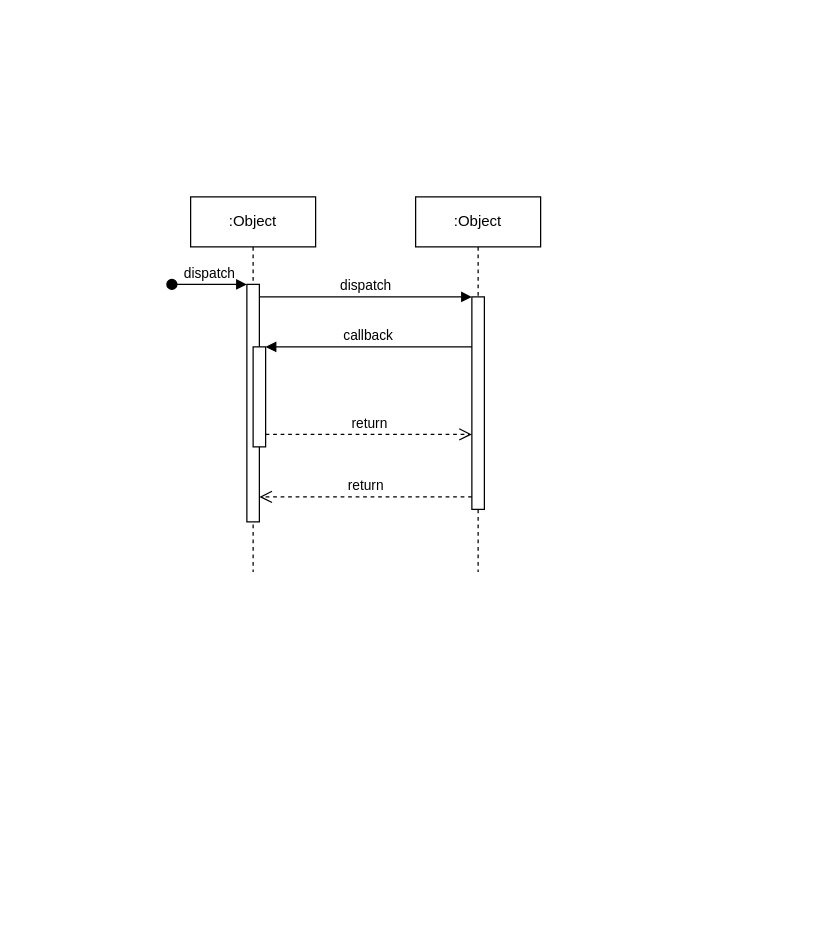
Earlier version of the draw.io diagram WMS_AMR_ECS.drawio (hjee02018/UML). Source tidied: cells renumbered, new cells numbered last; positions are measured from the earlier drawing's top-left corner, leaving out a move shared by most shapes. Both pictures are drawn from the tidied source at 125%, with x=0, y=0 at pixel (171, 196).
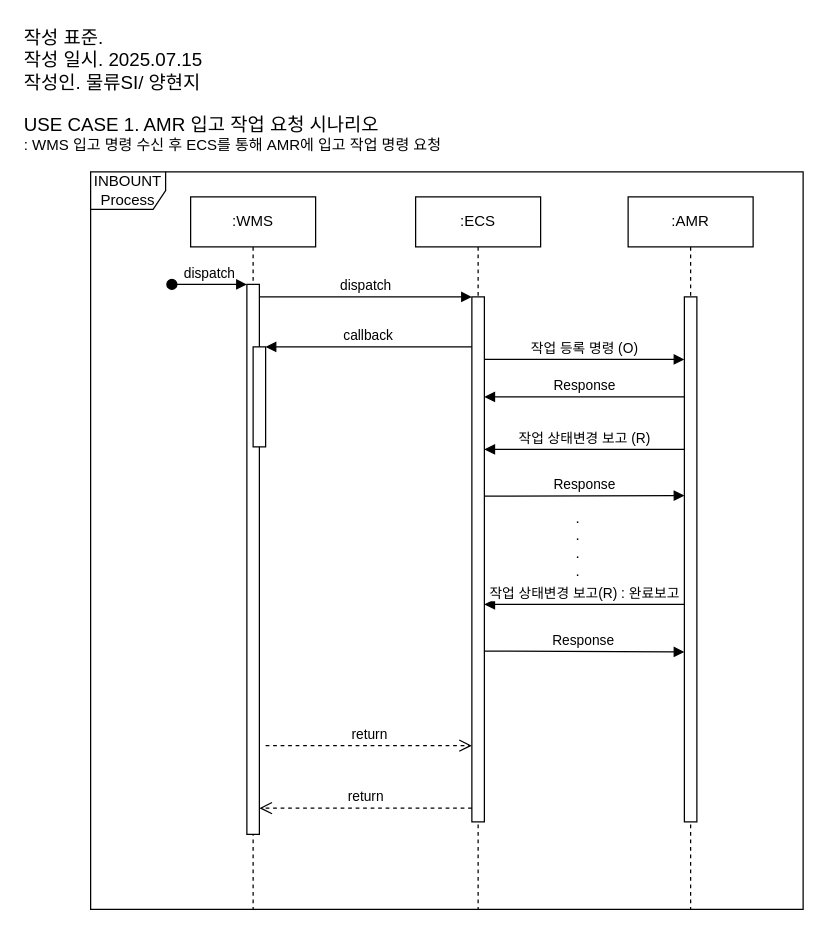
After the change.

The change refers to these unchanged cells:
```xml
<mxCell id="5" style="html=1;points=[];perimeter=orthogonalPerimeter;outlineConnect=0;targetShapes=umlLifeline;portConstraint=eastwest;newEdgeStyle={&quot;edgeStyle&quot;:&quot;elbowEdgeStyle&quot;,&quot;elbow&quot;:&quot;vertical&quot;,&quot;curved&quot;:0,&quot;rounded&quot;:0};" parent="2" vertex="1">
  <mxGeometry x="50" y="120" width="10" height="80" as="geometry" />
</mxCell>
```

The edit, as a diff of the source:
```diff
@@
-    <mxCell id="2" value=":Object" style="shape=umlLifeline;perimeter=lifelinePerimeter;whiteSpace=wrap;html=1;newEdgeStyle={&quot;edgeStyle&quot;:&quot;elbowEdgeStyle&quot;,&quot;elbow&quot;:&quot;vertical&quot;,&quot;curved&quot;:0,&quot;rounded&quot;:0};" parent="1" vertex="1">
-      <mxGeometry x="15" width="100" height="300" as="geometry" />
+    <mxCell id="2" value=":WMS" style="shape=umlLifeline;perimeter=lifelinePerimeter;whiteSpace=wrap;html=1;newEdgeStyle={&quot;edgeStyle&quot;:&quot;elbowEdgeStyle&quot;,&quot;elbow&quot;:&quot;vertical&quot;,&quot;curved&quot;:0,&quot;rounded&quot;:0};" parent="1" vertex="1">
+      <mxGeometry x="15" width="100" height="570" as="geometry" />
     </mxCell>
     <mxCell id="3" style="html=1;points=[];perimeter=orthogonalPerimeter;outlineConnect=0;targetShapes=umlLifeline;portConstraint=eastwest;newEdgeStyle={&quot;edgeStyle&quot;:&quot;elbowEdgeStyle&quot;,&quot;elbow&quot;:&quot;vertical&quot;,&quot;curved&quot;:0,&quot;rounded&quot;:0};" parent="2" vertex="1">
-      <mxGeometry x="45" y="70" width="10" height="190" as="geometry" />
+      <mxGeometry x="45" y="70" width="10" height="440" as="geometry" />
     </mxCell>
@@
-    <mxCell id="6" value=":Object" style="shape=umlLifeline;perimeter=lifelinePerimeter;whiteSpace=wrap;html=1;newEdgeStyle={&quot;edgeStyle&quot;:&quot;elbowEdgeStyle&quot;,&quot;elbow&quot;:&quot;vertical&quot;,&quot;curved&quot;:0,&quot;rounded&quot;:0};" parent="1" vertex="1">
-      <mxGeometry x="195" width="100" height="300" as="geometry" />
+    <mxCell id="6" value=":ECS" style="shape=umlLifeline;perimeter=lifelinePerimeter;whiteSpace=wrap;html=1;newEdgeStyle={&quot;edgeStyle&quot;:&quot;elbowEdgeStyle&quot;,&quot;elbow&quot;:&quot;vertical&quot;,&quot;curved&quot;:0,&quot;rounded&quot;:0};" parent="1" vertex="1">
+      <mxGeometry x="195" width="100" height="570" as="geometry" />
     </mxCell>
     <mxCell id="7" style="html=1;points=[];perimeter=orthogonalPerimeter;outlineConnect=0;targetShapes=umlLifeline;portConstraint=eastwest;newEdgeStyle={&quot;edgeStyle&quot;:&quot;elbowEdgeStyle&quot;,&quot;elbow&quot;:&quot;vertical&quot;,&quot;curved&quot;:0,&quot;rounded&quot;:0};" parent="6" vertex="1">
-      <mxGeometry x="45" y="80" width="10" height="170" as="geometry" />
+      <mxGeometry x="45" y="80" width="10" height="420" as="geometry" />
     </mxCell>
@@
-    <mxCell id="9" value="return" style="html=1;verticalAlign=bottom;endArrow=open;dashed=1;endSize=8;edgeStyle=elbowEdgeStyle;elbow=vertical;curved=0;rounded=0;" parent="1" edge="1" source="7" target="3">
+    <mxCell id="9" value="return" style="html=1;verticalAlign=bottom;endArrow=open;dashed=1;endSize=8;edgeStyle=elbowEdgeStyle;elbow=vertical;curved=0;rounded=0;" parent="1" edge="1">
       <mxGeometry relative="1" as="geometry">
+        <mxPoint x="240" y="489" as="sourcePoint" />
+        <mxPoint x="70" y="489" as="targetPoint" />
         <Array as="points">
-          <mxPoint x="165" y="240" />
+          <mxPoint x="165" y="489" />
         </Array>
       </mxGeometry>
     </mxCell>
@@
-    <mxCell id="11" value="return" style="html=1;verticalAlign=bottom;endArrow=open;dashed=1;endSize=8;edgeStyle=elbowEdgeStyle;elbow=vertical;curved=0;rounded=0;" parent="1" edge="1" source="5" target="7">
+    <mxCell id="11" value="return" style="html=1;verticalAlign=bottom;endArrow=open;dashed=1;endSize=8;edgeStyle=elbowEdgeStyle;elbow=vertical;curved=0;rounded=0;" parent="1" edge="1">
       <mxGeometry relative="1" as="geometry">
+        <mxPoint x="75" y="439" as="sourcePoint" />
+        <mxPoint x="240" y="439" as="targetPoint" />
         <Array as="points">
-          <mxPoint x="155" y="190" />
+          <mxPoint x="155" y="439" />
         </Array>
       </mxGeometry>
     </mxCell>
+    <mxCell id="12" value=":AMR" style="shape=umlLifeline;perimeter=lifelinePerimeter;whiteSpace=wrap;html=1;newEdgeStyle={&quot;edgeStyle&quot;:&quot;elbowEdgeStyle&quot;,&quot;elbow&quot;:&quot;vertical&quot;,&quot;curved&quot;:0,&quot;rounded&quot;:0};" parent="1" vertex="1">
+      <mxGeometry x="365" width="100" height="570" as="geometry" />
+    </mxCell>
+    <mxCell id="13" style="html=1;points=[];perimeter=orthogonalPerimeter;outlineConnect=0;targetShapes=umlLifeline;portConstraint=eastwest;newEdgeStyle={&quot;edgeStyle&quot;:&quot;elbowEdgeStyle&quot;,&quot;elbow&quot;:&quot;vertical&quot;,&quot;curved&quot;:0,&quot;rounded&quot;:0};" parent="12" vertex="1">
+      <mxGeometry x="45" y="80" width="10" height="420" as="geometry" />
+    </mxCell>
+    <mxCell id="14" value="&lt;font style=&quot;font-size: 15px;&quot;&gt;USE CASE 1. AMR 입고 작업 요청 시나리오&lt;/font&gt;&lt;div&gt;: WMS 입고 명령 수신 후 ECS를 통해 AMR에 입고 작업 명령 요청&lt;/div&gt;" style="text;html=1;align=left;verticalAlign=middle;whiteSpace=wrap;rounded=0;" parent="1" vertex="1">
+      <mxGeometry x="-120" y="-80" width="420" height="60" as="geometry" />
+    </mxCell>
+    <mxCell id="15" value="&lt;span style=&quot;font-size: 15px;&quot;&gt;작성 표준.&amp;nbsp;&lt;/span&gt;&lt;div&gt;&lt;span style=&quot;font-size: 15px;&quot;&gt;작성 일시. 2025.07.15&lt;/span&gt;&lt;/div&gt;&lt;div&gt;&lt;span style=&quot;font-size: 15px;&quot;&gt;작성인. 물류SI/ 양현지&lt;/span&gt;&lt;/div&gt;" style="text;html=1;align=left;verticalAlign=middle;whiteSpace=wrap;rounded=0;" parent="1" vertex="1">
+      <mxGeometry x="-120" y="-140" width="420" height="60" as="geometry" />
+    </mxCell>
+    <mxCell id="16" value="INBOUNT Process" style="shape=umlFrame;whiteSpace=wrap;html=1;" parent="1" vertex="1">
+      <mxGeometry x="-65" y="-20" width="570" height="590" as="geometry" />
+    </mxCell>
+    <mxCell id="17" value="작업 등록 명령 (O)" style="html=1;verticalAlign=bottom;endArrow=block;edgeStyle=elbowEdgeStyle;elbow=vertical;curved=0;rounded=0;" parent="1" edge="1" source="7" target="13">
+      <mxGeometry relative="1" as="geometry">
+        <Array as="points">
+          <mxPoint x="330" y="130" />
+        </Array>
+      </mxGeometry>
+    </mxCell>
+    <mxCell id="18" value="Response" style="html=1;verticalAlign=bottom;endArrow=block;edgeStyle=elbowEdgeStyle;elbow=vertical;curved=0;rounded=0;" parent="1" edge="1" source="13" target="7">
+      <mxGeometry relative="1" as="geometry">
+        <Array as="points">
+          <mxPoint x="405" y="160" />
+        </Array>
+      </mxGeometry>
+    </mxCell>
+    <mxCell id="19" value="작업 상태변경 보고 (R)" style="html=1;verticalAlign=bottom;endArrow=block;edgeStyle=elbowEdgeStyle;elbow=vertical;curved=0;rounded=0;" parent="1" edge="1">
+      <mxGeometry relative="1" as="geometry">
+        <mxPoint x="410" y="202" as="sourcePoint" />
+        <mxPoint x="250" y="202" as="targetPoint" />
+        <Array as="points">
+          <mxPoint x="405" y="202" />
+        </Array>
+      </mxGeometry>
+    </mxCell>
+    <mxCell id="20" value="Response" style="html=1;verticalAlign=bottom;endArrow=block;edgeStyle=elbowEdgeStyle;elbow=vertical;curved=0;rounded=0;" parent="1" edge="1" target="13">
+      <mxGeometry relative="1" as="geometry">
+        <mxPoint x="250" y="239.4" as="sourcePoint" />
+      </mxGeometry>
+    </mxCell>
+    <mxCell id="21" value=".&lt;div&gt;.&lt;/div&gt;&lt;div&gt;.&lt;/div&gt;&lt;div&gt;.&lt;/div&gt;&lt;div&gt;&lt;br&gt;&lt;/div&gt;" style="text;html=1;align=center;verticalAlign=middle;whiteSpace=wrap;rounded=0;" parent="1" vertex="1">
+      <mxGeometry x="295" y="270" width="60" height="30" as="geometry" />
+    </mxCell>
+    <mxCell id="22" value="작업 상태변경 보고(R) : 완료보고" style="html=1;verticalAlign=bottom;endArrow=block;edgeStyle=elbowEdgeStyle;elbow=vertical;curved=0;rounded=0;" parent="1" edge="1">
+      <mxGeometry relative="1" as="geometry">
+        <mxPoint x="410" y="326" as="sourcePoint" />
+        <mxPoint x="250" y="326" as="targetPoint" />
+        <Array as="points">
+          <mxPoint x="405" y="326" />
+        </Array>
+      </mxGeometry>
+    </mxCell>
+    <mxCell id="23" value="Response" style="html=1;verticalAlign=bottom;endArrow=block;edgeStyle=elbowEdgeStyle;elbow=vertical;curved=0;rounded=0;" parent="1" edge="1">
+      <mxGeometry relative="1" as="geometry">
+        <mxPoint x="250" y="363.4" as="sourcePoint" />
+        <mxPoint x="410" y="364" as="targetPoint" />
+      </mxGeometry>
+    </mxCell>
```
